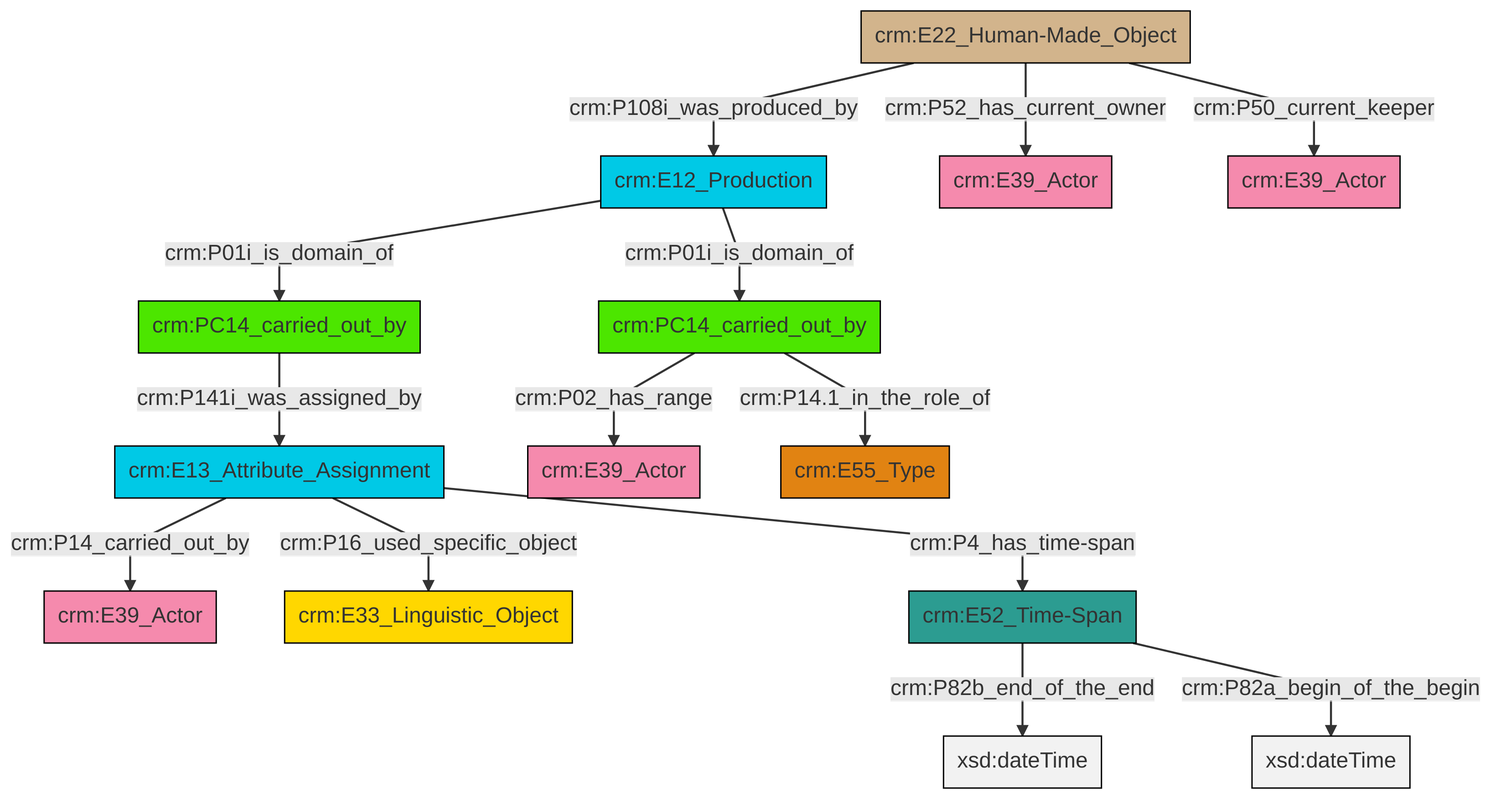
This is et/carrierCSV/ttl/mmd/png/carrier_relations.png from swiss-art-research-net/docs.swissartresearch, a Mermaid export, as it was before one commit. Its source is kept beside it as et/carrierCSV/ttl/mmd/carrier_relations.ttl.mmd.
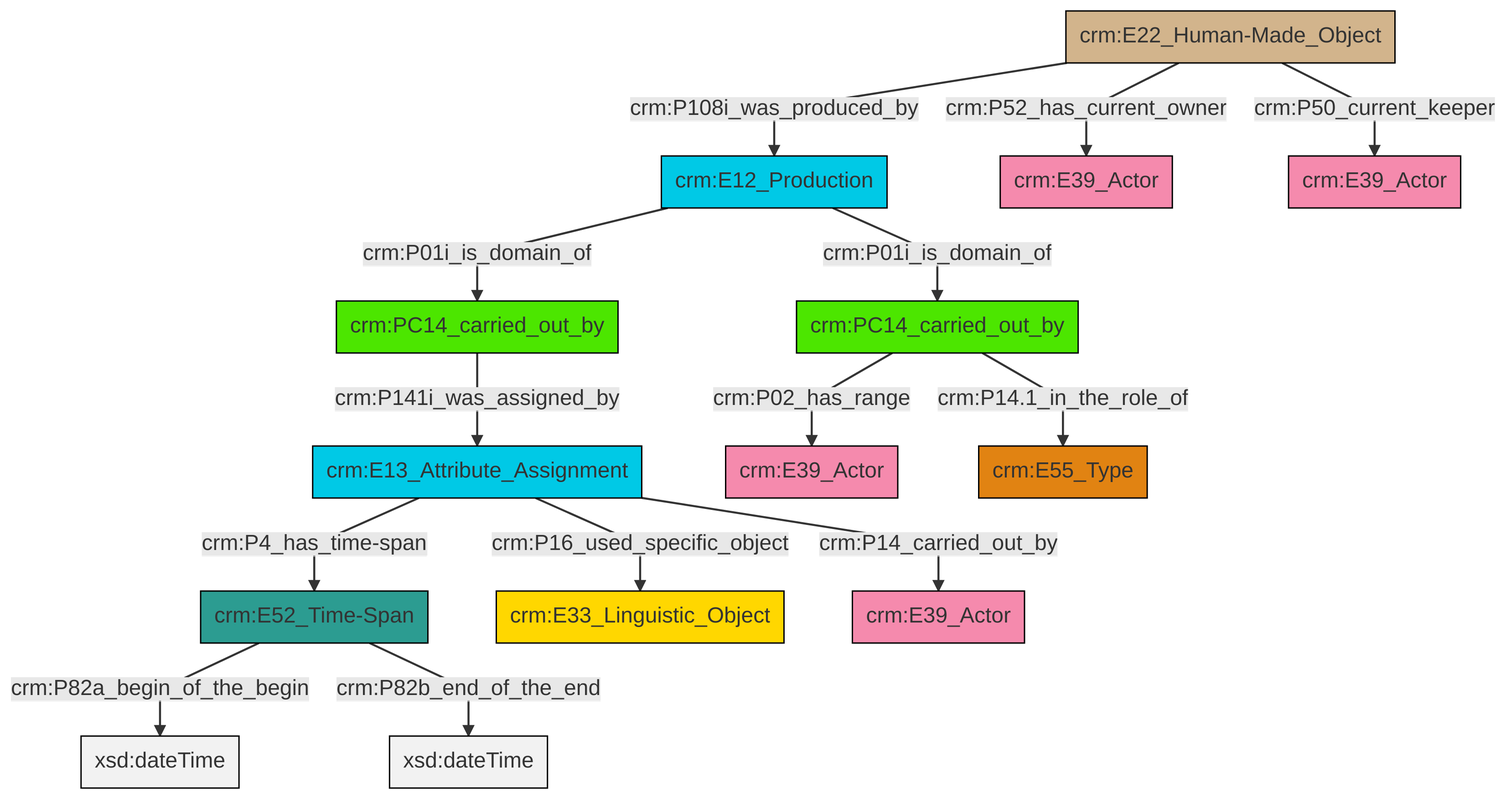
The same file after the commit.

What changed in the source:
```diff
@@ -13,16 +13,16 @@
 classDef PC_Classes fill:#4ce600, stroke:#000000;
 classDef Multi fill:#cccccc,stroke:#000000;
 
-0["crm:E13_Attribute_Assignment"]:::Temporal_Entity -->|crm:P14_carried_out_by| 1["crm:E39_Actor"]:::Actor
-4["crm:E22_Human-Made_Object"]:::Physical_Thing -->|crm:P108i_was_produced_by| 5["crm:E12_Production"]:::Temporal_Entity
-6["crm:PC14_carried_out_by"]:::PC_Classes -->|crm:P141i_was_assigned_by| 0["crm:E13_Attribute_Assignment"]:::Temporal_Entity
-4["crm:E22_Human-Made_Object"]:::Physical_Thing -->|crm:P52_has_current_owner| 9["crm:E39_Actor"]:::Actor
-5["crm:E12_Production"]:::Temporal_Entity -->|crm:P01i_is_domain_of| 12["crm:PC14_carried_out_by"]:::PC_Classes
-12["crm:PC14_carried_out_by"]:::PC_Classes -->|crm:P02_has_range| 13["crm:E39_Actor"]:::Actor
-0["crm:E13_Attribute_Assignment"]:::Temporal_Entity -->|crm:P4_has_time-span| 14["crm:E52_Time-Span"]:::Time-Span
-4["crm:E22_Human-Made_Object"]:::Physical_Thing -->|crm:P50_current_keeper| 16["crm:E39_Actor"]:::Actor
-12["crm:PC14_carried_out_by"]:::PC_Classes -->|crm:P14.1_in_the_role_of| 18["crm:E55_Type"]:::Type
-14["crm:E52_Time-Span"]:::Time-Span -->|crm:P82b_end_of_the_end| 22[xsd:dateTime]:::Literal
-0["crm:E13_Attribute_Assignment"]:::Temporal_Entity -->|crm:P16_used_specific_object| 2["crm:E33_Linguistic_Object"]:::Conceptual_Object
-5["crm:E12_Production"]:::Temporal_Entity -->|crm:P01i_is_domain_of| 6["crm:PC14_carried_out_by"]:::PC_Classes
-14["crm:E52_Time-Span"]:::Time-Span -->|crm:P82a_begin_of_the_begin| 25[xsd:dateTime]:::Literal
+0["crm:E22_Human-Made_Object"]:::Physical_Thing -->|crm:P108i_was_produced_by| 1["crm:E12_Production"]:::Temporal_Entity
+0["crm:E22_Human-Made_Object"]:::Physical_Thing -->|crm:P52_has_current_owner| 4["crm:E39_Actor"]:::Actor
+1["crm:E12_Production"]:::Temporal_Entity -->|crm:P01i_is_domain_of| 5["crm:PC14_carried_out_by"]:::PC_Classes
+6["crm:E13_Attribute_Assignment"]:::Temporal_Entity -->|crm:P4_has_time-span| 7["crm:E52_Time-Span"]:::Time-Span
+0["crm:E22_Human-Made_Object"]:::Physical_Thing -->|crm:P50_current_keeper| 8["crm:E39_Actor"]:::Actor
+9["crm:PC14_carried_out_by"]:::PC_Classes -->|crm:P02_has_range| 2["crm:E39_Actor"]:::Actor
+1["crm:E12_Production"]:::Temporal_Entity -->|crm:P01i_is_domain_of| 9["crm:PC14_carried_out_by"]:::PC_Classes
+7["crm:E52_Time-Span"]:::Time-Span -->|crm:P82a_begin_of_the_begin| 10[xsd:dateTime]:::Literal
+6["crm:E13_Attribute_Assignment"]:::Temporal_Entity -->|crm:P16_used_specific_object| 16["crm:E33_Linguistic_Object"]:::Conceptual_Object
+9["crm:PC14_carried_out_by"]:::PC_Classes -->|crm:P14.1_in_the_role_of| 14["crm:E55_Type"]:::Type
+7["crm:E52_Time-Span"]:::Time-Span -->|crm:P82b_end_of_the_end| 21[xsd:dateTime]:::Literal
+5["crm:PC14_carried_out_by"]:::PC_Classes -->|crm:P141i_was_assigned_by| 6["crm:E13_Attribute_Assignment"]:::Temporal_Entity
+6["crm:E13_Attribute_Assignment"]:::Temporal_Entity -->|crm:P14_carried_out_by| 24["crm:E39_Actor"]:::Actor
```
